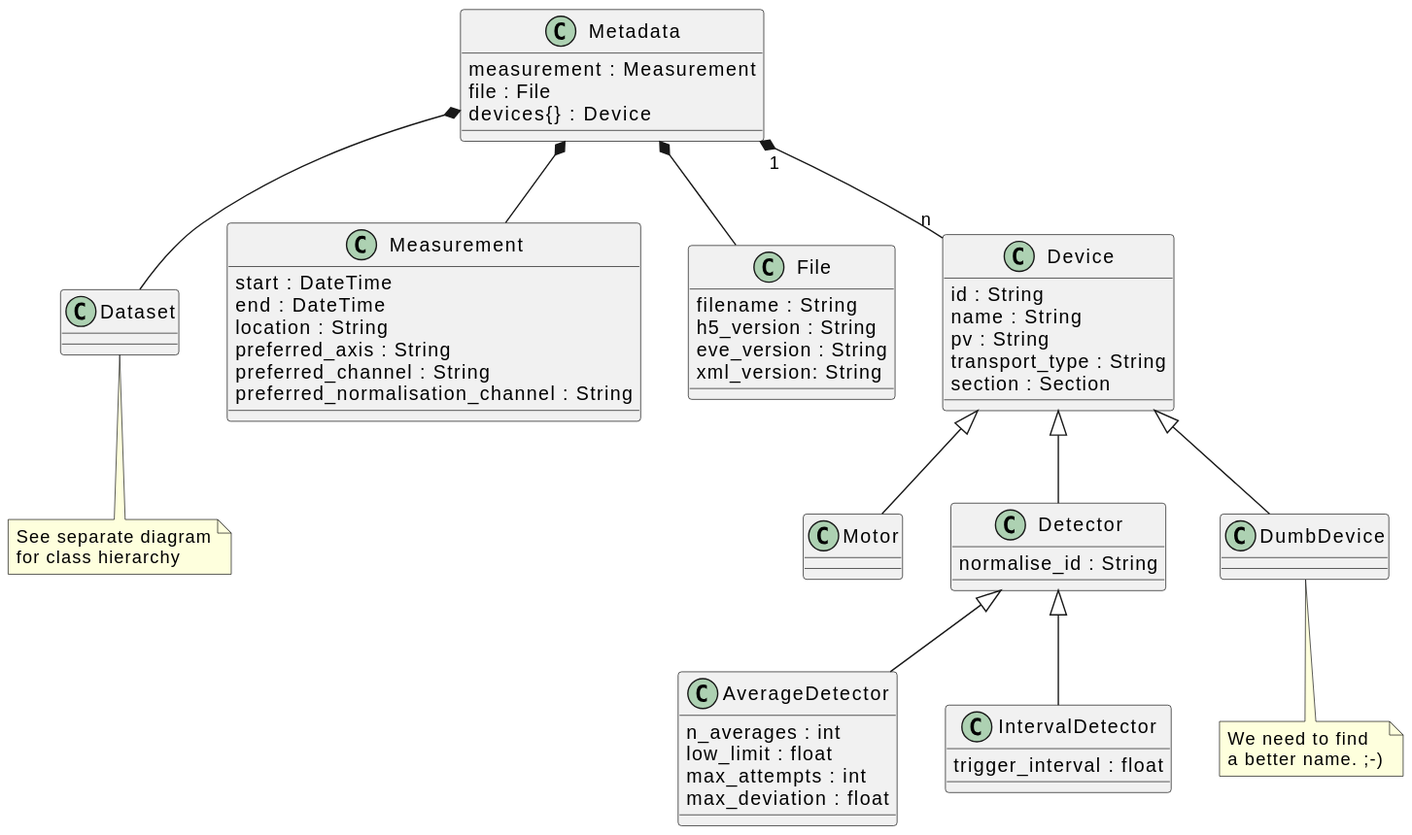
Before: docs/uml/evedata.dataset.metadata.svg, a diagram exported from PlantUML (tillbiskup/evedata). The source it was exported from:
```plantuml
@startuml
class Metadata {
    measurement : Measurement
    file : File
    devices{} : Device
}

class Dataset
note bottom: See separate diagram\nfor class hierarchy

class Measurement {
    start : DateTime
    end : DateTime
    location : String
    preferred_axis : String
    preferred_channel : String
    preferred_normalisation_channel : String
}

class File {
    filename : String
    h5_version : String
    eve_version : String
    xml_version: String
}

class Device {
    id : String
    name : String
    pv : String
    transport_type : String
    section : Section
}

class Motor {
}

class Detector {
    normalise_id : String
}

class AverageDetector {
    n_averages : int
    low_limit : float
    max_attempts : int
    max_deviation : float
}

class IntervalDetector {
    trigger_interval : float
}

class DumbDevice {
}
note bottom: We need to find\na better name. ;-)

Metadata *-- Dataset
Metadata *-- Measurement
Metadata "1" *-- "n" Device
Metadata *-- File

Device <|-- Motor
Device <|-- Detector
Device <|-- DumbDevice

Detector <|-- AverageDetector
Detector <|-- IntervalDetector
@enduml
```
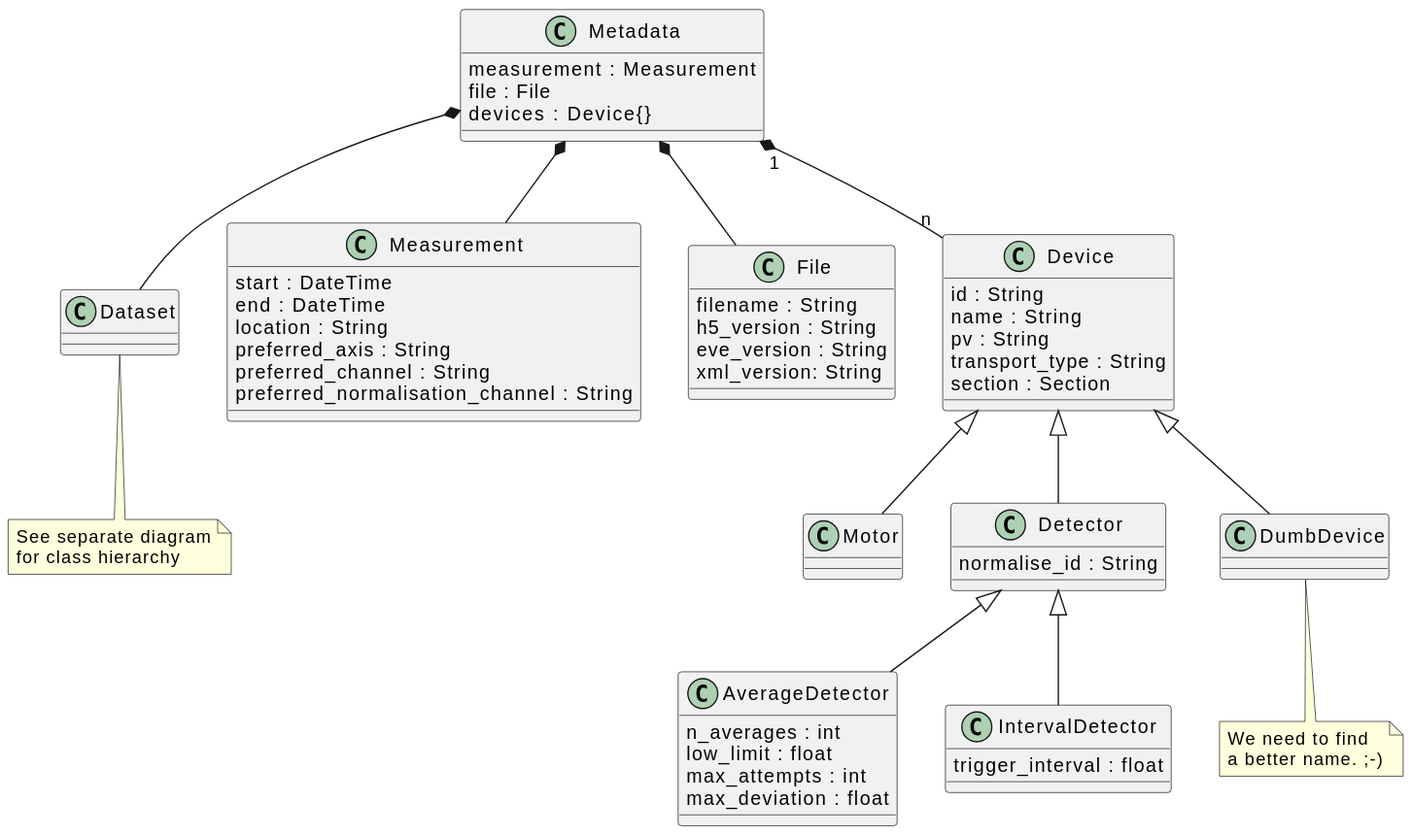
After the commit.

Change to the diagram source:
```diff
@@ -2,7 +2,7 @@
 class Metadata {
     measurement : Measurement
     file : File
-    devices{} : Device
+    devices : Device{}
 }
 
 class Dataset
```
